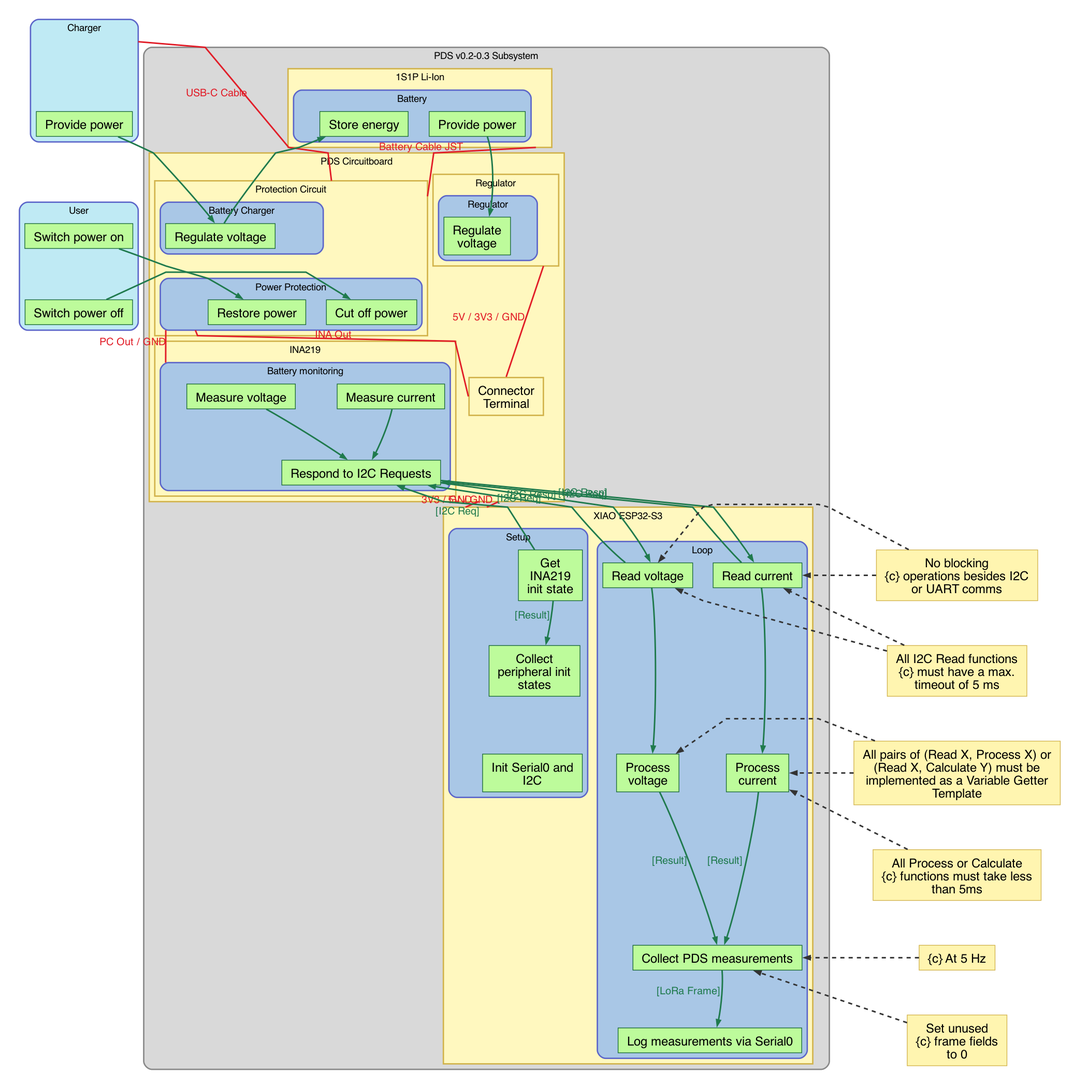
This is PDS/PDS_v0.2_dot.png from DeltaLabo/CanSatWorkshop, a Graphviz export, as it was before one commit. Its source is kept beside it as PDS/PDS_v0.2.dot.
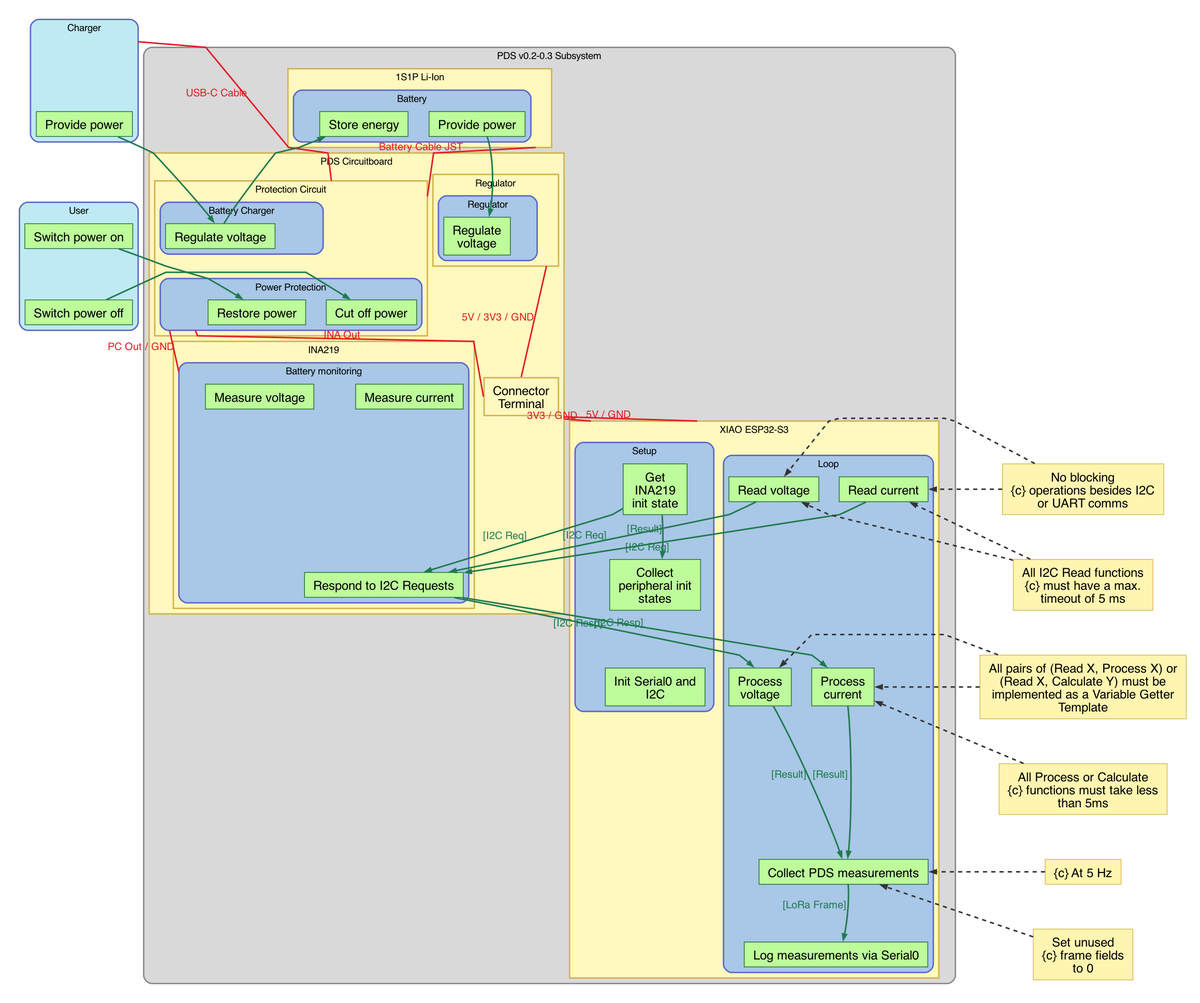
The same diagram one commit later.

Commit message:
Fix mediated I2C flow in PDS v0.2 diagram

The edit, as a diff of the source:
```diff
@@ -241,8 +241,10 @@
   xiao_pwr_5v -> xiao_read_i [style=invis, weight=16];
   xiao_get_init -> xiao_collect_init [style=invis, weight=12];
   xiao_collect_init -> xiao_init_bus [style=invis, weight=12];
-  xiao_read_v -> xiao_process_v [style=invis, weight=12];
-  xiao_read_i -> xiao_process_i [style=invis, weight=12];
+  xiao_read_v -> ina_respond [style=invis, weight=12];
+  xiao_read_i -> ina_respond [style=invis, weight=12];
+  ina_respond -> xiao_process_v [style=invis, weight=12];
+  ina_respond -> xiao_process_i [style=invis, weight=12];
   xiao_process_v -> xiao_collect [style=invis, weight=10];
   xiao_process_i -> xiao_collect [style=invis, weight=10];
   xiao_collect -> xiao_log [style=invis, weight=12];
@@ -273,7 +275,7 @@
   connector_terminal -> xiao_pwr_3v3 [style=invis, weight=115];
   connector_terminal -> xiao_pwr_5v [style=invis, weight=115];
   connector_terminal -> xiao_get_init [style=invis, weight=115];
-  ina_respond -> xiao_read_v [style=invis, weight=120];
+  ina_respond -> xiao_process_v [style=invis, weight=120];
   user_on -> restore_power [style=invis, weight=16];
   xiao_read_i -> note_vgt [style=invis, weight=8];
 
@@ -283,11 +285,7 @@
   charger_reg -> batt_store [color="#1F7A4D", fontcolor="#1F7A4D", constraint=false];
   batt_provide -> regulate_voltage [color="#1F7A4D", fontcolor="#1F7A4D", constraint=false];
 
-  ina_measure_v -> ina_respond [color="#1F7A4D", fontcolor="#1F7A4D", constraint=false];
-  ina_measure_i -> ina_respond [color="#1F7A4D", fontcolor="#1F7A4D", constraint=false];
   xiao_get_init -> xiao_collect_init [xlabel="[Result]", color="#1F7A4D", fontcolor="#1F7A4D", constraint=false];
-  xiao_read_v -> xiao_process_v [color="#1F7A4D", fontcolor="#1F7A4D", constraint=false];
-  xiao_read_i -> xiao_process_i [color="#1F7A4D", fontcolor="#1F7A4D", constraint=false];
   xiao_process_v -> xiao_collect [xlabel="[Result]", color="#1F7A4D", fontcolor="#1F7A4D", constraint=false];
   xiao_process_i -> xiao_collect [xlabel="[Result]", color="#1F7A4D", fontcolor="#1F7A4D", constraint=false];
   xiao_collect -> xiao_log [xlabel="[LoRa Frame]", color="#1F7A4D", fontcolor="#1F7A4D", constraint=false];
@@ -295,8 +293,8 @@
   xiao_get_init -> ina_respond [xlabel="[I2C Req]", color="#1F7A4D", fontcolor="#1F7A4D", constraint=false, minlen=2];
   xiao_read_v -> ina_respond [xlabel="[I2C Req]", color="#1F7A4D", fontcolor="#1F7A4D", constraint=false, minlen=2];
   xiao_read_i -> ina_respond [xlabel="[I2C Req]", color="#1F7A4D", fontcolor="#1F7A4D", constraint=false, minlen=2];
-  ina_respond -> xiao_read_v [xlabel="[I2C Resp]", color="#1F7A4D", fontcolor="#1F7A4D", constraint=false, minlen=2];
-  ina_respond -> xiao_read_i [xlabel="[I2C Resp]", color="#1F7A4D", fontcolor="#1F7A4D", constraint=false, minlen=2];
+  ina_respond -> xiao_process_v [xlabel="[I2C Resp]", color="#1F7A4D", fontcolor="#1F7A4D", constraint=false, minlen=2];
+  ina_respond -> xiao_process_i [xlabel="[I2C Resp]", color="#1F7A4D", fontcolor="#1F7A4D", constraint=false, minlen=2];
 
   charger_usb -> protection_usb_anchor [
     xlabel="USB-C Cable",
```
